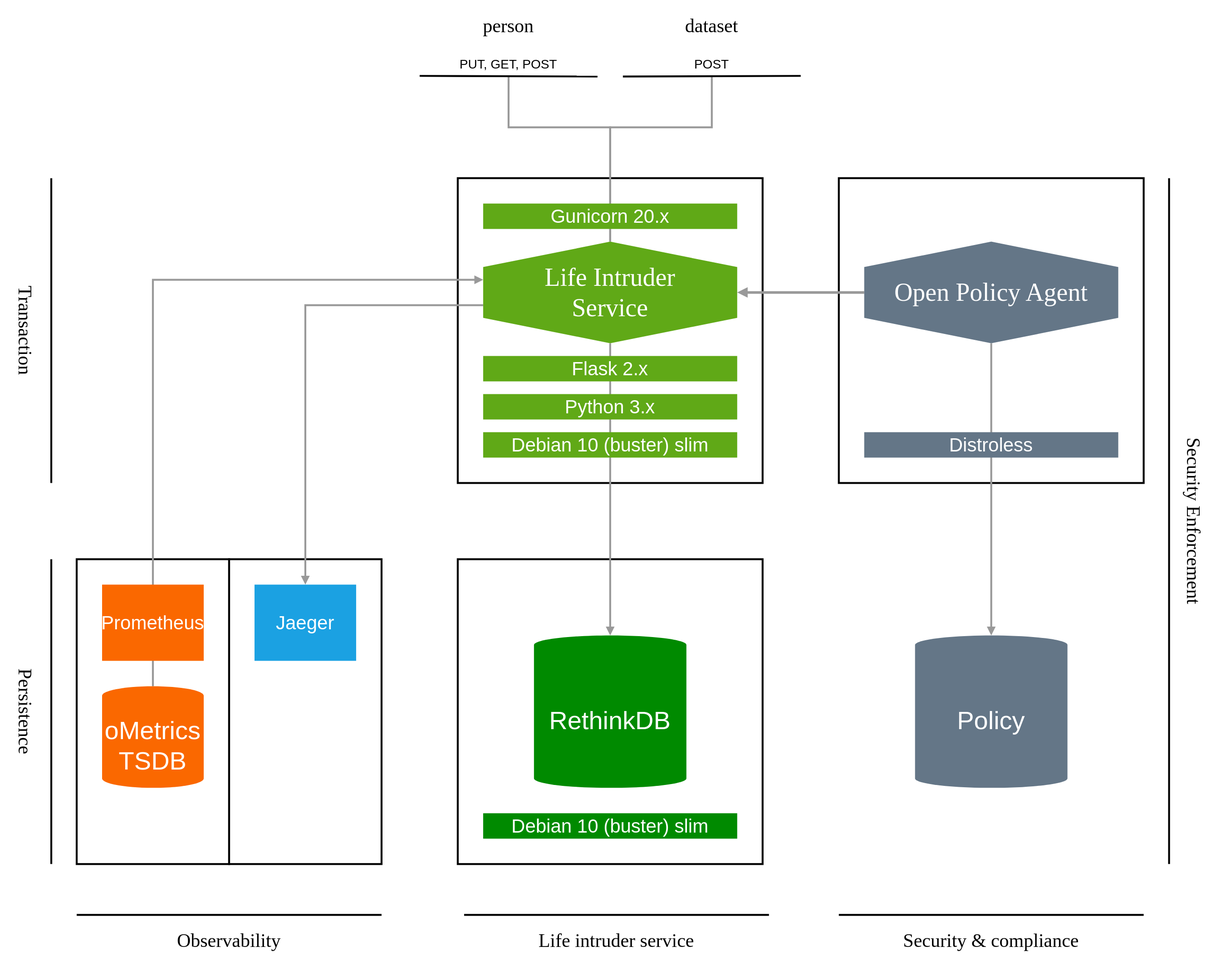
Before: docs/media/diagrams/lifeintruderservice_architecture.drawio.svg, a diagram exported from draw.io (fjudith/cloud-native-app-demo). Source tidied: cells renumbered, new cells last; positions are measured from the earlier drawing's top-left corner, leaving out a move shared by most shapes.
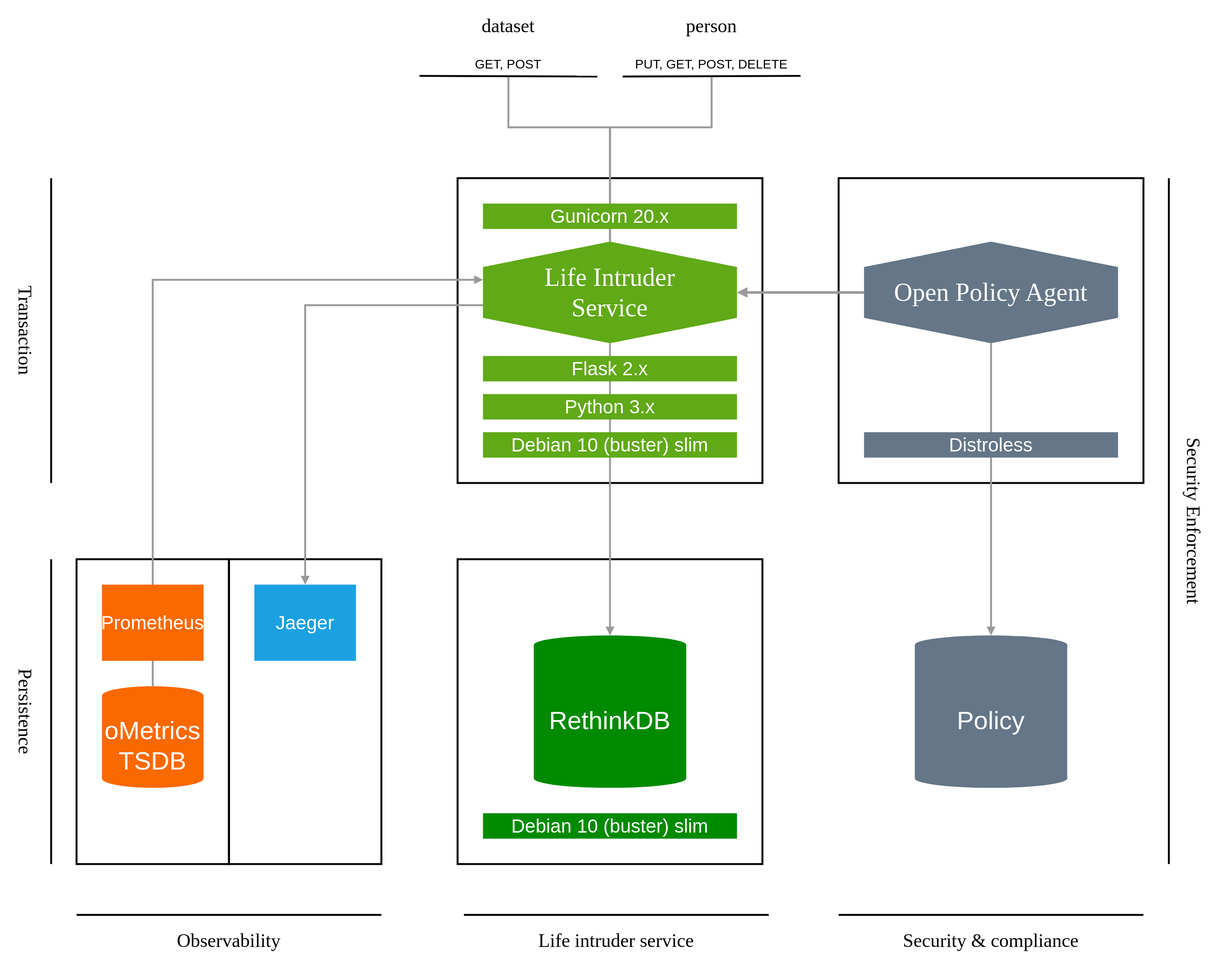
After the commit.

Commit message:
Updated supported API methods

Change to the diagram source:
```diff
@@ -67,7 +67,7 @@
       <mxGeometry relative="1" as="geometry">
         <Array as="points">
           <mxPoint x="1120" y="200" />
-          <mxPoint x="960" y="200" />
+          <mxPoint x="1280" y="200" />
         </Array>
       </mxGeometry>
     </mxCell>
@@ -75,15 +75,15 @@
       <mxGeometry relative="1" as="geometry">
         <Array as="points">
           <mxPoint x="1120" y="200" />
-          <mxPoint x="1280" y="200" />
+          <mxPoint x="960" y="200" />
         </Array>
       </mxGeometry>
     </mxCell>
     <mxCell id="22" value="&lt;font style=&quot;font-size: 40px&quot;&gt;Life Intruder&lt;br&gt;Service&lt;/font&gt;" style="shape=hexagon;html=1;whiteSpace=wrap;perimeter=hexagonPerimeter;rounded=0;fontSize=40;align=center;direction=south;fontFamily=Verdana;fillColor=#60a917;fontColor=#ffffff;strokeColor=none;" parent="17" vertex="1">
       <mxGeometry x="920" y="380" width="400" height="160" as="geometry" />
     </mxCell>
-    <mxCell id="23" value="PUT,&amp;nbsp;GET, POST" style="text;html=1;strokeColor=none;fillColor=none;align=center;verticalAlign=middle;whiteSpace=wrap;rounded=0;sketch=0;fontSize=20;fontFamily=Arial;" parent="17" vertex="1">
-      <mxGeometry x="840" y="80" width="240" height="40" as="geometry" />
+    <mxCell id="23" value="PUT,&amp;nbsp;GET, POST, DELETE" style="text;html=1;strokeColor=none;fillColor=none;align=center;verticalAlign=middle;whiteSpace=wrap;rounded=0;sketch=0;fontSize=20;fontFamily=Arial;" parent="17" vertex="1">
+      <mxGeometry x="1150" y="80" width="260" height="40" as="geometry" />
     </mxCell>
     <mxCell id="24" style="endArrow=none;html=1;labelBackgroundColor=none;strokeWidth=3;fontSize=15;align=right;" parent="17" edge="1">
       <mxGeometry relative="1" as="geometry">
@@ -91,8 +91,8 @@
         <mxPoint x="1100" y="120" as="targetPoint" />
       </mxGeometry>
     </mxCell>
-    <mxCell id="25" value="POST" style="text;html=1;strokeColor=none;fillColor=none;align=center;verticalAlign=middle;whiteSpace=wrap;rounded=0;sketch=0;fontSize=20;fontFamily=Arial;" parent="17" vertex="1">
-      <mxGeometry x="1160" y="80" width="240" height="40" as="geometry" />
+    <mxCell id="25" value="GET, POST" style="text;html=1;strokeColor=none;fillColor=none;align=center;verticalAlign=middle;whiteSpace=wrap;rounded=0;sketch=0;fontSize=20;fontFamily=Arial;" parent="17" vertex="1">
+      <mxGeometry x="840" y="80" width="240" height="40" as="geometry" />
     </mxCell>
     <mxCell id="26" style="endArrow=none;html=1;labelBackgroundColor=none;strokeWidth=3;fontSize=15;align=right;" parent="17" edge="1">
       <mxGeometry relative="1" as="geometry">
@@ -100,10 +100,10 @@
         <mxPoint x="1420" y="119" as="targetPoint" />
       </mxGeometry>
     </mxCell>
-    <mxCell id="27" value="person" style="text;html=1;strokeColor=none;fillColor=none;align=center;verticalAlign=middle;whiteSpace=wrap;rounded=0;sketch=0;fontSize=30;fontFamily=Arial Black;" parent="17" vertex="1">
+    <mxCell id="27" value="dataset" style="text;html=1;strokeColor=none;fillColor=none;align=center;verticalAlign=middle;whiteSpace=wrap;rounded=0;sketch=0;fontSize=30;fontFamily=Arial Black;" parent="17" vertex="1">
       <mxGeometry x="840" width="240" height="80" as="geometry" />
     </mxCell>
-    <mxCell id="28" value="dataset" style="text;html=1;strokeColor=none;fillColor=none;align=center;verticalAlign=middle;whiteSpace=wrap;rounded=0;sketch=0;fontSize=30;fontFamily=Arial Black;" parent="17" vertex="1">
+    <mxCell id="28" value="person" style="text;html=1;strokeColor=none;fillColor=none;align=center;verticalAlign=middle;whiteSpace=wrap;rounded=0;sketch=0;fontSize=30;fontFamily=Arial Black;" parent="17" vertex="1">
       <mxGeometry x="1160" width="240" height="80" as="geometry" />
     </mxCell>
     <mxCell id="29" style="edgeStyle=orthogonalEdgeStyle;rounded=0;jettySize=auto;html=1;exitX=0.5;exitY=1;exitDx=0;exitDy=0;entryX=0.5;entryY=0;entryDx=0;entryDy=0;endArrow=block;endFill=1;strokeColor=#999999;strokeWidth=4;fontFamily=Arial;fontSize=20;fontColor=#005700;startArrow=none;startFill=0;" parent="17" edge="1" source="45" target="22">
```
